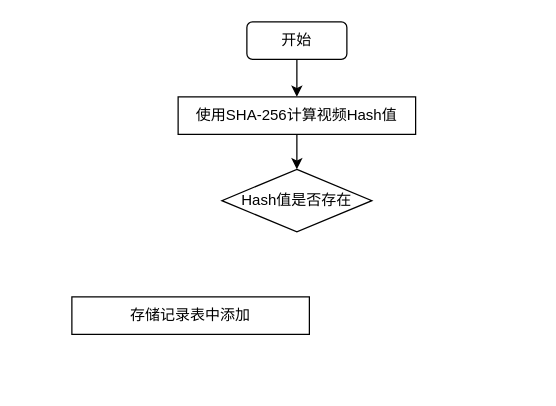
Above: DrawIO_file/流程图/断点续传流程图.drawio in DingDongZz/typera_PicGO (draw.io), before the change. Source tidied: cells renumbered, new cells numbered last; positions are measured from the earlier drawing's top-left corner, leaving out a move shared by most shapes. Both pictures are drawn from the tidied source at 125%, with x=0, y=0 at pixel (71, 21).
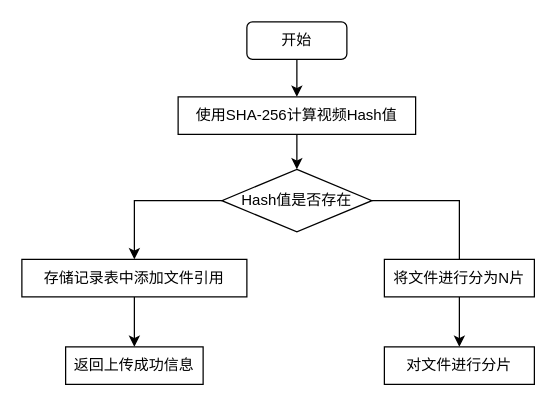
After the change.

Commit message (it also covers changes not shown here):
更新断点续传流程图.drawio

Diff of the diagram source:
```diff
@@
 <mxGraphModel>
   <root>
     <mxCell id="0" />
     <mxCell id="1" parent="0" />
     <mxCell id="2" style="edgeStyle=orthogonalEdgeStyle;rounded=0;jettySize=auto;html=1;entryX=0.5;entryY=0;entryDx=0;entryDy=0;" parent="1" edge="1" source="3" target="5">
       <mxGeometry relative="1" as="geometry" />
     </mxCell>
     <mxCell id="3" value="开始" style="rounded=1;whiteSpace=wrap;html=1;" parent="1" vertex="1">
       <mxGeometry x="140" width="80" height="30" as="geometry" />
     </mxCell>
     <mxCell id="4" style="edgeStyle=orthogonalEdgeStyle;rounded=0;jettySize=auto;html=1;entryX=0.5;entryY=0;entryDx=0;entryDy=0;" parent="1" edge="1" source="5" target="6">
       <mxGeometry relative="1" as="geometry" />
     </mxCell>
     <mxCell id="5" value="使用SHA-256计算视频Hash值" style="rounded=0;whiteSpace=wrap;html=1;" parent="1" vertex="1">
       <mxGeometry x="85" y="60" width="190" height="30" as="geometry" />
     </mxCell>
+    <mxCell id="8" style="edgeStyle=orthogonalEdgeStyle;rounded=0;jettySize=auto;html=1;" parent="1" edge="1" source="6" target="7">
+      <mxGeometry relative="1" as="geometry">
+        <Array as="points">
+          <mxPoint x="50" y="143" />
+        </Array>
+      </mxGeometry>
+    </mxCell>
+    <mxCell id="9" style="edgeStyle=orthogonalEdgeStyle;rounded=0;jettySize=auto;html=1;entryX=0.5;entryY=0;entryDx=0;entryDy=0;" parent="1" edge="1" source="6" target="13">
+      <mxGeometry relative="1" as="geometry">
+        <Array as="points">
+          <mxPoint x="310" y="143" />
+          <mxPoint x="310" y="200" />
+        </Array>
+      </mxGeometry>
+    </mxCell>
     <mxCell id="6" value="Hash值是否存在" style="rhombus;whiteSpace=wrap;html=1;" parent="1" vertex="1">
       <mxGeometry x="120" y="118" width="120" height="50" as="geometry" />
     </mxCell>
+    <mxCell id="10" style="edgeStyle=orthogonalEdgeStyle;rounded=0;jettySize=auto;html=1;entryX=0.5;entryY=0;entryDx=0;entryDy=0;" parent="1" edge="1" source="7" target="11">
+      <mxGeometry relative="1" as="geometry" />
+    </mxCell>
-    <mxCell id="7" value="存储记录表中添加" style="rounded=0;whiteSpace=wrap;html=1;" parent="1" vertex="1">
-      <mxGeometry y="220" width="190" height="30" as="geometry" />
+    <mxCell id="7" value="存储记录表中添加文件引用" style="rounded=0;whiteSpace=wrap;html=1;" parent="1" vertex="1">
+      <mxGeometry x="-40" y="190" width="180" height="30" as="geometry" />
     </mxCell>
+    <mxCell id="11" value="返回上传成功信息" style="rounded=0;whiteSpace=wrap;html=1;" parent="1" vertex="1">
+      <mxGeometry x="-5" y="260" width="110" height="30" as="geometry" />
+    </mxCell>
+    <mxCell id="12" style="edgeStyle=orthogonalEdgeStyle;rounded=0;jettySize=auto;html=1;entryX=0.5;entryY=0;entryDx=0;entryDy=0;" parent="1" edge="1" source="13" target="14">
+      <mxGeometry relative="1" as="geometry" />
+    </mxCell>
+    <mxCell id="13" value="将文件进行分为N片" style="rounded=0;whiteSpace=wrap;html=1;" parent="1" vertex="1">
+      <mxGeometry x="250" y="190" width="120" height="30" as="geometry" />
+    </mxCell>
+    <mxCell id="14" value="对文件进行分片" style="rounded=0;whiteSpace=wrap;html=1;" parent="1" vertex="1">
+      <mxGeometry x="250" y="260" width="120" height="30" as="geometry" />
+    </mxCell>
   </root>
 </mxGraphModel>
```
